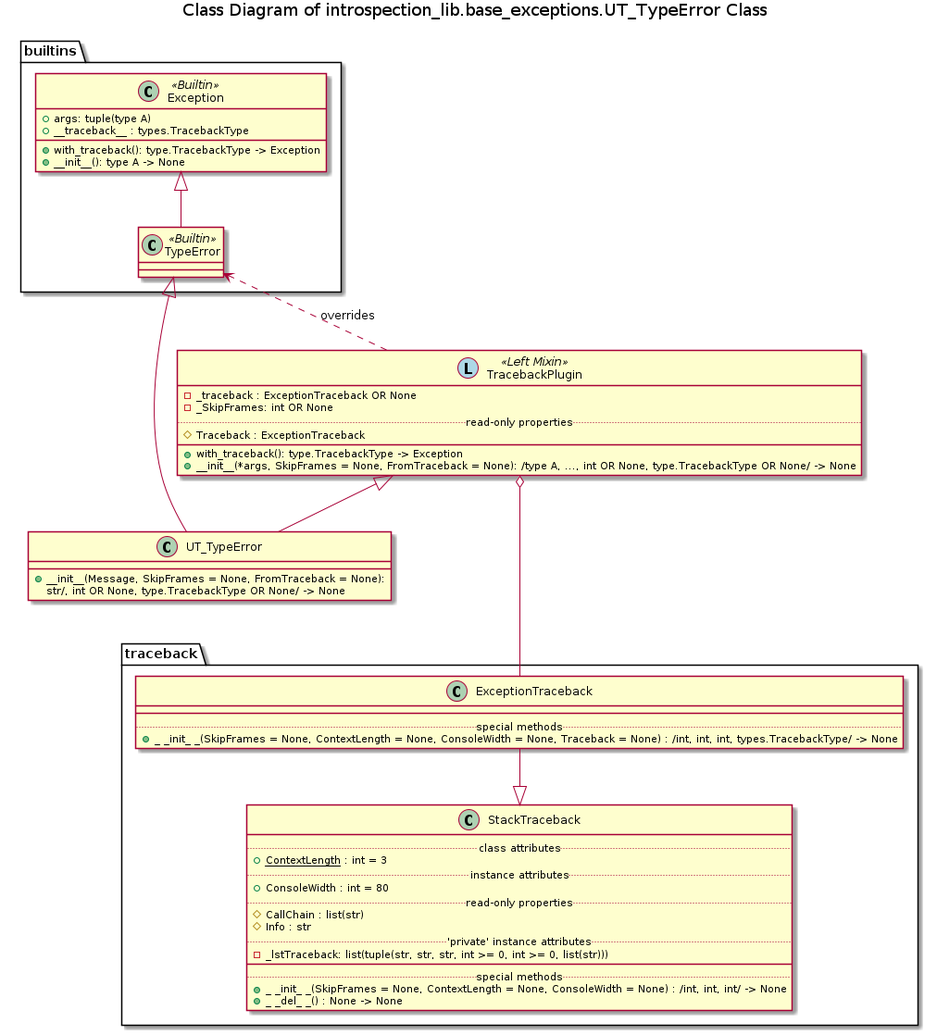
The PlantUML diagram Documentation/UML/base_exceptions/ut_typeerror.png in FooBarShebang/introspection_lib, before a commit.
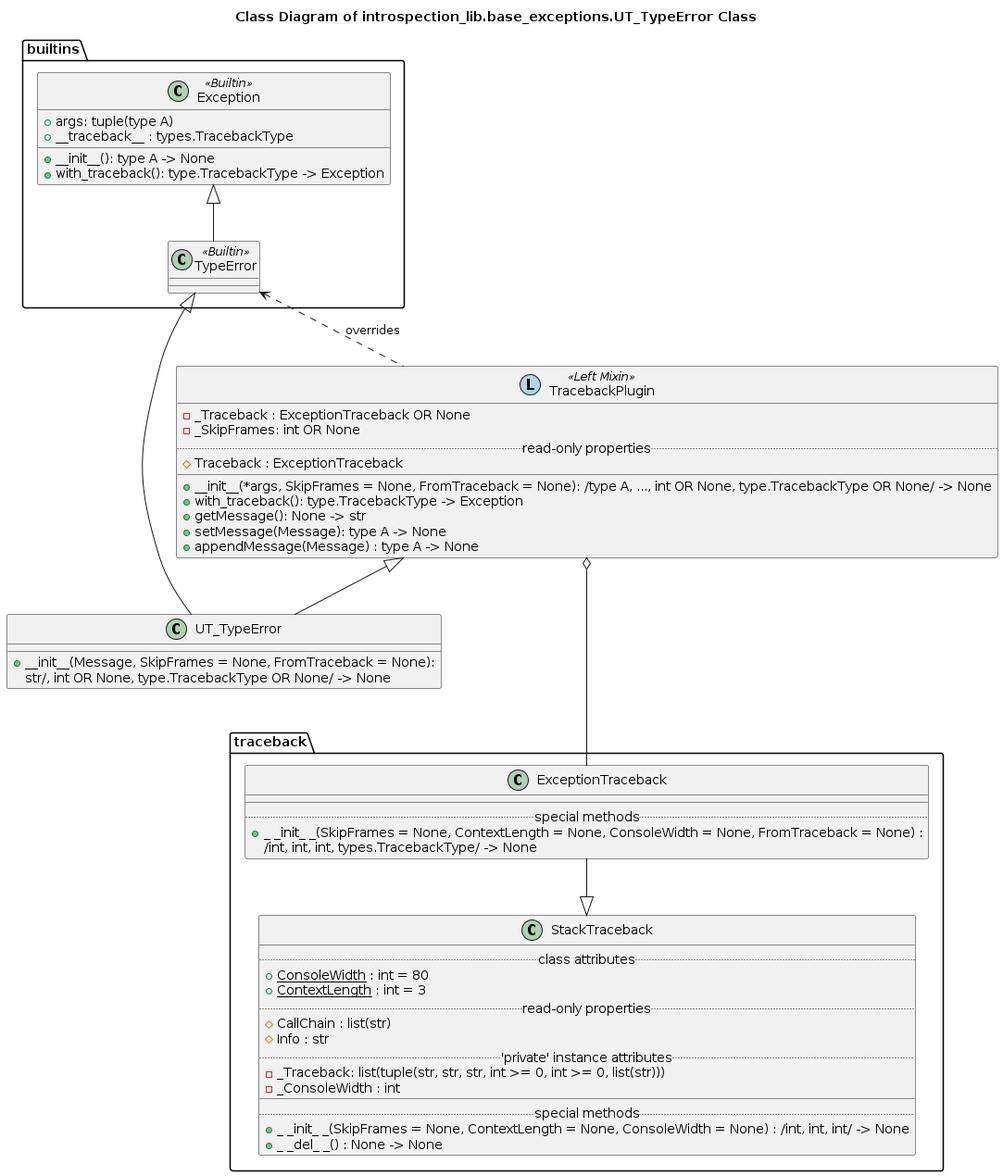
Above is the later version.

What changed in the source:
```diff
@@ -1,29 +1,15 @@
-@startuml ut_typerror
+@startuml ut_typeerror
 
 title Class Diagram of introspection_lib.base_exceptions.UT_TypeError Class
 
+!if %not(%variable_exists("$CLASSES"))
+    !include ../Templates/Classes2.cuml
+!endif
+
 namespace builtins {
-
-
-
-
-
-
-
-
-
-
-
-
-
-
-
-class Exception <<Builtin>> {
-    + {field} args: tuple(type A)
-    + __traceback__ : types.TracebackType
-    + with_traceback(): type.TracebackType -> Exception
-    + __init__(): type A -> None
-}
+    !if $is_not_defined("$BASE_EXCEPTIONS_EXCEPTION")
+        !include ./exception.iuml
+    !endif
 
     class TypeError <<Builtin>>
 
@@ -31,31 +17,13 @@
 }
 
 namespace traceback {
+    !if $is_not_defined("$TRACEBACK_EXCEPTIONTRACEBACK")
+        !include ../traceback/ExceptionTraceback.iuml
+    !endif
 
-
-class ExceptionTraceback {
-    ___
-    ..special methods..
-    + _ _init_ _(SkipFrames = None, ContextLength = None, ConsoleWidth = None, Traceback = None) : /int, int, int, types.TracebackType/ -> None
-}
-
-
-
-class StackTraceback {
-    ..class attributes..
-    + {field} <u>ContextLength</u> : int = 3
-    ..instance attributes..
-    + ConsoleWidth : int = 80
-    ..read-only properties..
-    # {field} CallChain : list(str)
-    # Info : str
-    ..'private' instance attributes..
-    - {field} _lstTraceback: list(tuple(str, str, str, int >= 0, int >= 0, list(str)))
-    ___
-    ..special methods..
-    + _ _init_ _(SkipFrames = None, ContextLength = None, ConsoleWidth = None) : /int, int, int/ -> None
-    + _ _del_ _() : None -> None
-}
+    !if $is_not_defined("$TRACEBACK_STACKTRACEBACK")
+        !include ../traceback/StackTraceback.iuml
+    !endif
 
     ExceptionTraceback --|> StackTraceback
 }
@@ -68,17 +36,9 @@
 
 builtins.TypeError <|--- UT_TypeError
 
-
-
-class TracebackPlugin <<(L, lightblue) Left Mixin>> {
-    - _traceback : ExceptionTraceback OR None
-    - _SkipFrames: int OR None
-    ..read-only properties..
-    # Traceback : ExceptionTraceback
-    ___
-    + with_traceback(): type.TracebackType -> Exception
-    + __init__(*args, SkipFrames = None, FromTraceback = None): /type A, ..., int OR None, type.TracebackType OR None/ -> None
-}
+!if $is_not_defined("$BASE_EXCEPTION_TRACEBACK_PLUGIN")
+    !include ./traceback_plugin.iuml
+!endif
 
 TracebackPlugin <|-- UT_TypeError
 
```
